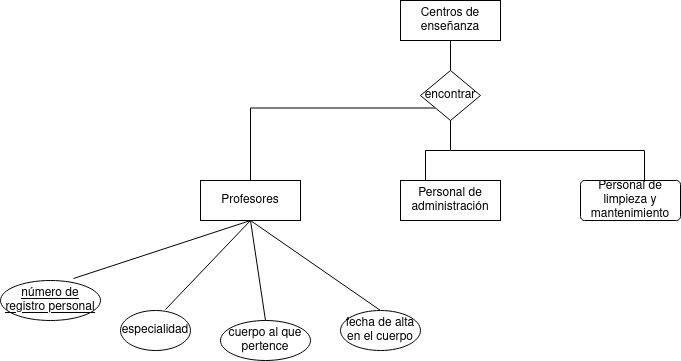
Before: Unidad-1/Tareas/Tarea 8/Tarea-8.drawio.png, a diagram exported from draw.io (CRhernandez1/base-datos). Source tidied: cells renumbered, new cells last; positions are measured from the earlier drawing's top-left corner, leaving out a move shared by most shapes.
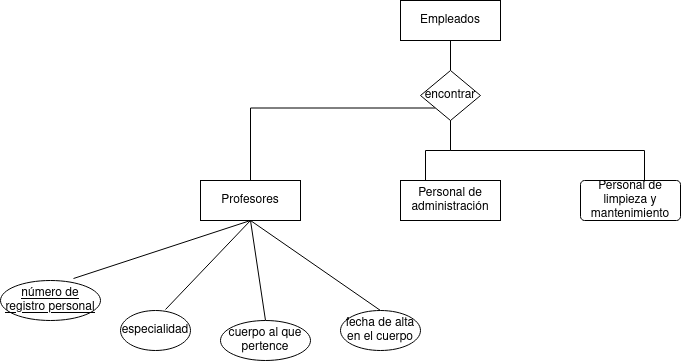
The same diagram one commit later.

Change to the diagram source:
```diff
@@ -5,7 +5,7 @@
     <mxCell id="2" style="edgeStyle=orthogonalEdgeStyle;rounded=0;jettySize=auto;html=1;exitX=0.5;exitY=1;exitDx=0;exitDy=0;entryX=0.5;entryY=0;entryDx=0;entryDy=0;endArrow=none;endFill=0;" parent="1" edge="1" source="3" target="17">
       <mxGeometry relative="1" as="geometry" />
     </mxCell>
-    <mxCell id="3" value="Centros de enseñanza" style="whiteSpace=wrap;html=1;align=center;" parent="1" vertex="1">
+    <mxCell id="3" value="Empleados" style="whiteSpace=wrap;html=1;align=center;" parent="1" vertex="1">
       <mxGeometry x="400" width="100" height="40" as="geometry" />
     </mxCell>
     <mxCell id="4" value="Personal de administración" style="whiteSpace=wrap;html=1;align=center;" parent="1" vertex="1">
```
